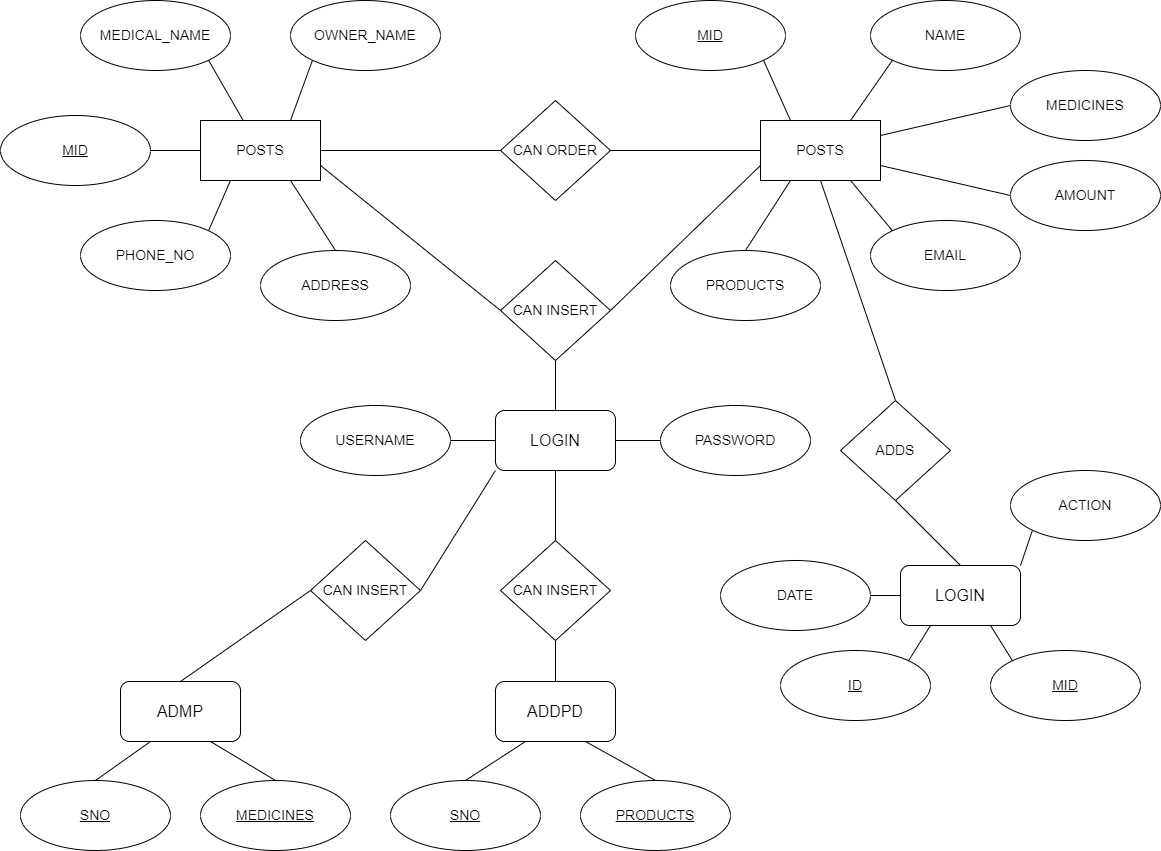
Above: Diagrams/Er_PNG.png in Akp-arvind/dbms_mini_project_medical (draw.io), before the change. Source tidied: cells renumbered, new cells last; positions are measured from the earlier drawing's top-left corner, leaving out a move shared by most shapes.
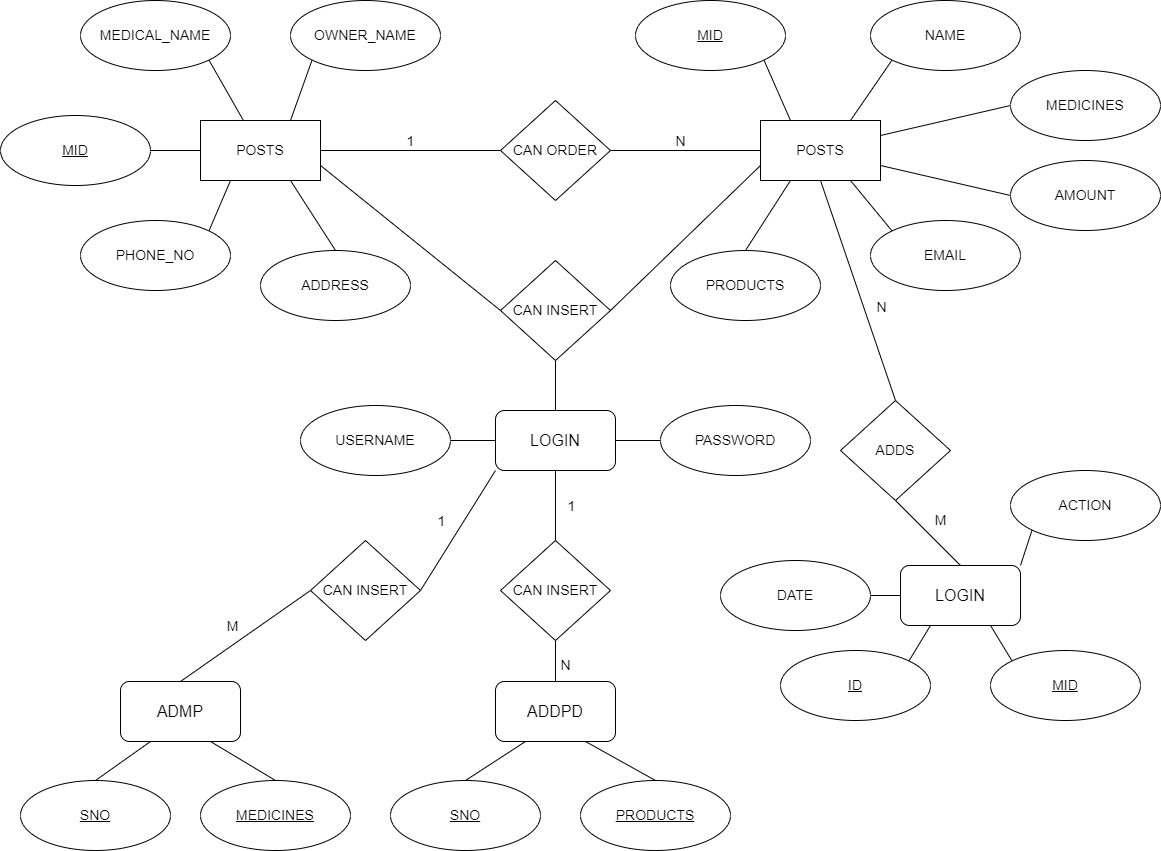
The same file after the commit.

The edit, as a diff of the source:
```diff
@@ -5,6 +5,16 @@
     <mxCell id="2" style="edgeStyle=none;html=1;entryX=0;entryY=0.5;entryDx=0;entryDy=0;fontSize=14;endArrow=none;endFill=0;" parent="1" edge="1" source="7" target="16">
       <mxGeometry relative="1" as="geometry" />
     </mxCell>
+    <mxCell id="66" value="1" style="edgeLabel;html=1;align=center;verticalAlign=middle;fontSize=14;" parent="2" vertex="1">
+      <mxGeometry x="-0.1" y="1" relative="1" as="geometry">
+        <mxPoint x="9" y="-9" as="offset" />
+      </mxGeometry>
+    </mxCell>
+    <mxCell id="67" value="N" style="edgeLabel;html=1;align=center;verticalAlign=middle;fontSize=14;" parent="2" vertex="1">
+      <mxGeometry x="-0.1" y="1" relative="1" as="geometry">
+        <mxPoint x="279" y="-9" as="offset" />
+      </mxGeometry>
+    </mxCell>
     <mxCell id="3" style="edgeStyle=none;html=1;exitX=0.75;exitY=0;exitDx=0;exitDy=0;entryX=0;entryY=1;entryDx=0;entryDy=0;fontSize=14;endArrow=none;endFill=0;" parent="1" edge="1" source="7" target="14">
       <mxGeometry relative="1" as="geometry" />
     </mxCell>
@@ -68,6 +78,11 @@
     <mxCell id="23" style="edgeStyle=none;html=1;exitX=0.5;exitY=1;exitDx=0;exitDy=0;entryX=0.5;entryY=0;entryDx=0;entryDy=0;fontSize=14;endArrow=none;endFill=0;" parent="1" edge="1" source="27" target="40">
       <mxGeometry relative="1" as="geometry" />
     </mxCell>
+    <mxCell id="68" value="N" style="edgeLabel;html=1;align=center;verticalAlign=middle;fontSize=14;" parent="23" vertex="1">
+      <mxGeometry x="0.13" y="-2" relative="1" as="geometry">
+        <mxPoint x="19" as="offset" />
+      </mxGeometry>
+    </mxCell>
     <mxCell id="24" style="edgeStyle=none;html=1;exitX=0.75;exitY=1;exitDx=0;exitDy=0;entryX=0;entryY=0;entryDx=0;entryDy=0;fontSize=14;endArrow=none;endFill=0;" parent="1" edge="1" source="27" target="21">
       <mxGeometry relative="1" as="geometry" />
     </mxCell>
@@ -116,6 +131,11 @@
     <mxCell id="39" style="edgeStyle=none;html=1;exitX=0.5;exitY=1;exitDx=0;exitDy=0;entryX=0.5;entryY=0;entryDx=0;entryDy=0;fontSize=14;endArrow=none;endFill=0;" parent="1" edge="1" source="40" target="38">
       <mxGeometry relative="1" as="geometry" />
     </mxCell>
+    <mxCell id="69" value="M" style="edgeLabel;html=1;align=center;verticalAlign=middle;fontSize=14;" parent="39" vertex="1">
+      <mxGeometry x="0.24" y="1" relative="1" as="geometry">
+        <mxPoint x="4" y="-20" as="offset" />
+      </mxGeometry>
+    </mxCell>
     <mxCell id="40" value="&lt;font style=&quot;font-size: 14px;&quot;&gt;ADDS&lt;/font&gt;" style="rhombus;whiteSpace=wrap;html=1;fontSize=14;" parent="1" vertex="1">
       <mxGeometry x="840" y="400" width="110" height="100" as="geometry" />
     </mxCell>
@@ -140,9 +160,19 @@
     <mxCell id="47" style="edgeStyle=none;html=1;exitX=0;exitY=1;exitDx=0;exitDy=0;entryX=1;entryY=0.5;entryDx=0;entryDy=0;fontSize=14;endArrow=none;endFill=0;" parent="1" edge="1" source="49" target="55">
       <mxGeometry relative="1" as="geometry" />
     </mxCell>
+    <mxCell id="70" value="1" style="edgeLabel;html=1;align=center;verticalAlign=middle;fontSize=14;" parent="47" vertex="1">
+      <mxGeometry x="0.16" y="-3" relative="1" as="geometry">
+        <mxPoint x="-9" y="-18" as="offset" />
+      </mxGeometry>
+    </mxCell>
     <mxCell id="48" style="edgeStyle=none;html=1;exitX=0.5;exitY=1;exitDx=0;exitDy=0;entryX=0.5;entryY=0;entryDx=0;entryDy=0;fontSize=14;endArrow=none;endFill=0;" parent="1" edge="1" source="49" target="53">
       <mxGeometry relative="1" as="geometry" />
     </mxCell>
+    <mxCell id="71" value="1" style="edgeLabel;html=1;align=center;verticalAlign=middle;fontSize=14;" parent="48" vertex="1">
+      <mxGeometry x="-0.28" y="-1" relative="1" as="geometry">
+        <mxPoint x="16" y="9" as="offset" />
+      </mxGeometry>
+    </mxCell>
     <mxCell id="49" value="&lt;font style=&quot;font-size: 16px;&quot;&gt;LOGIN&lt;/font&gt;" style="rounded=1;whiteSpace=wrap;html=1;fontSize=14;" parent="1" vertex="1">
       <mxGeometry x="495" y="410" width="120" height="60" as="geometry" />
     </mxCell>
@@ -161,6 +191,11 @@
     <mxCell id="54" style="edgeStyle=none;html=1;exitX=0;exitY=0.5;exitDx=0;exitDy=0;entryX=0.5;entryY=0;entryDx=0;entryDy=0;fontSize=14;endArrow=none;endFill=0;" parent="1" edge="1" source="55" target="63">
       <mxGeometry relative="1" as="geometry" />
     </mxCell>
+    <mxCell id="72" value="M" style="edgeLabel;html=1;align=center;verticalAlign=middle;fontSize=14;" parent="54" vertex="1">
+      <mxGeometry x="-0.14" y="1" relative="1" as="geometry">
+        <mxPoint x="-24" y="-5" as="offset" />
+      </mxGeometry>
+    </mxCell>
     <mxCell id="55" value="&lt;font style=&quot;font-size: 14px;&quot;&gt;CAN INSERT&lt;/font&gt;" style="rhombus;whiteSpace=wrap;html=1;fontSize=14;" parent="1" vertex="1">
       <mxGeometry x="310" y="540" width="110" height="100" as="geometry" />
     </mxCell>
@@ -194,5 +229,8 @@
     <mxCell id="65" value="&lt;u style=&quot;font-size: 14px;&quot;&gt;MEDICINES&lt;/u&gt;" style="ellipse;whiteSpace=wrap;html=1;fontSize=14;" parent="1" vertex="1">
       <mxGeometry x="200" y="780" width="150" height="70" as="geometry" />
     </mxCell>
+    <mxCell id="73" value="N" style="text;html=1;align=center;verticalAlign=middle;strokeColor=none;fillColor=none;fontSize=14;" parent="1" vertex="1">
+      <mxGeometry x="550" y="650" width="30" height="30" as="geometry" />
+    </mxCell>
   </root>
 </mxGraphModel>
```
